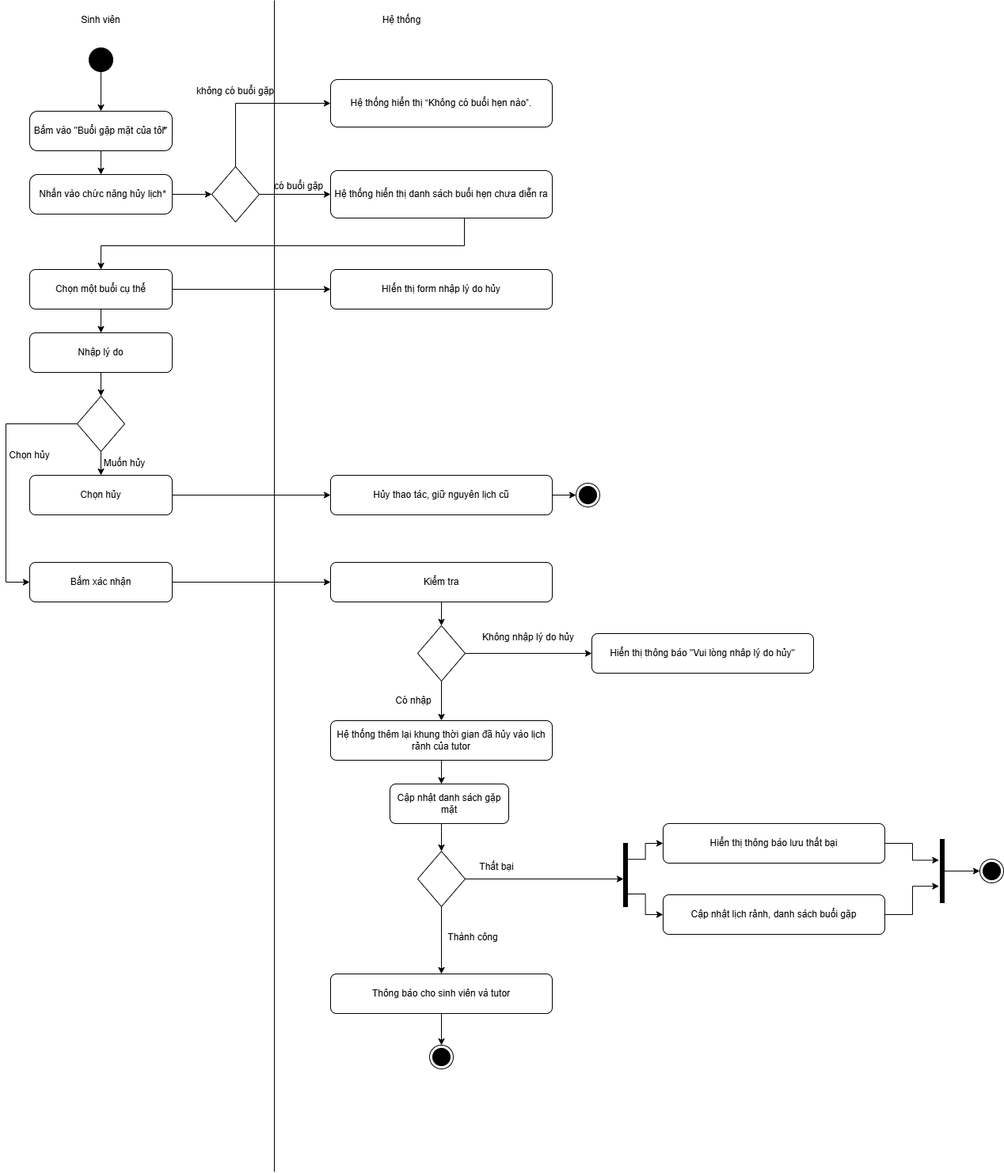
Above: Image/AC_SE-Ac Cancel Stdu.drawio.png in giakhang1704/SE_REPORT (draw.io), before the change. Source tidied: cells renumbered, new cells last; positions are measured from the earlier drawing's top-left corner, leaving out a move shared by most shapes. Its diagram source:
```xml
<mxGraphModel>
  <root>
    <mxCell id="0" />
    <mxCell id="1" parent="0" />
    <mxCell id="2" style="endArrow=none;html=1;rounded=0;" parent="1" edge="1">
      <mxGeometry relative="1" as="geometry">
        <mxPoint x="339" y="1480" as="sourcePoint" />
        <mxPoint x="339" as="targetPoint" />
      </mxGeometry>
    </mxCell>
    <mxCell id="3" value="Sinh viên" style="text;html=1;whiteSpace=wrap;strokeColor=none;fillColor=none;align=center;verticalAlign=middle;rounded=0;" parent="1" vertex="1">
      <mxGeometry x="90" y="10" width="60" height="30" as="geometry" />
    </mxCell>
    <mxCell id="4" value="Hệ thống" style="text;html=1;whiteSpace=wrap;strokeColor=none;fillColor=none;align=center;verticalAlign=middle;rounded=0;" parent="1" vertex="1">
      <mxGeometry x="470" y="10" width="60" height="30" as="geometry" />
    </mxCell>
    <mxCell id="5" style="edgeStyle=orthogonalEdgeStyle;rounded=0;jettySize=auto;html=1;entryX=0.5;entryY=0;entryDx=0;entryDy=0;" parent="1" edge="1" source="6" target="8">
      <mxGeometry relative="1" as="geometry" />
    </mxCell>
    <mxCell id="6" style="ellipse;fillColor=strokeColor;html=1;" parent="1" vertex="1">
      <mxGeometry x="105" y="60" width="30" height="30" as="geometry" />
    </mxCell>
    <mxCell id="7" style="edgeStyle=orthogonalEdgeStyle;rounded=0;jettySize=auto;html=1;entryX=0.5;entryY=0;entryDx=0;entryDy=0;" parent="1" edge="1" source="8" target="10">
      <mxGeometry relative="1" as="geometry" />
    </mxCell>
    <mxCell id="8" value="Bấm vào &quot;Buổi gặp mặt của tôi&quot;" style="html=1;dashed=0;rounded=1;absoluteArcSize=1;arcSize=20;verticalAlign=middle;align=center;whiteSpace=wrap;" parent="1" vertex="1">
      <mxGeometry x="30" y="140" width="180" height="50" as="geometry" />
    </mxCell>
    <mxCell id="9" value="*" style="text;verticalAlign=middle;align=center;html=1;" parent="8" vertex="1">
      <mxGeometry x="1" y="0.5" width="20" height="20" relative="1" as="geometry">
        <mxPoint x="-20" y="-10" as="offset" />
      </mxGeometry>
    </mxCell>
    <mxCell id="10" value="Nhấn vào chức năng hủy lịch" style="html=1;dashed=0;rounded=1;absoluteArcSize=1;arcSize=20;verticalAlign=middle;align=center;whiteSpace=wrap;" parent="1" vertex="1">
      <mxGeometry x="30" y="220" width="180" height="50" as="geometry" />
    </mxCell>
    <mxCell id="11" value="*" style="text;points=[];verticalAlign=middle;align=center;html=1;" parent="10" vertex="1">
      <mxGeometry x="1" y="0.5" width="20" height="20" relative="1" as="geometry">
        <mxPoint x="-20" y="-10" as="offset" />
      </mxGeometry>
    </mxCell>
    <mxCell id="12" style="edgeStyle=orthogonalEdgeStyle;rounded=0;jettySize=auto;html=1;entryX=0;entryY=0.5;entryDx=0;entryDy=0;exitX=0.5;exitY=0;exitDx=0;exitDy=0;" parent="1" edge="1" source="14" target="15">
      <mxGeometry relative="1" as="geometry">
        <Array as="points">
          <mxPoint x="290" y="130" />
        </Array>
      </mxGeometry>
    </mxCell>
    <mxCell id="13" style="edgeStyle=orthogonalEdgeStyle;rounded=0;jettySize=auto;html=1;entryX=0;entryY=0.5;entryDx=0;entryDy=0;" parent="1" edge="1" source="14" target="17">
      <mxGeometry relative="1" as="geometry" />
    </mxCell>
    <mxCell id="14" style="rhombus;whiteSpace=wrap;html=1;" parent="1" vertex="1">
      <mxGeometry x="260" y="210" width="60" height="70" as="geometry" />
    </mxCell>
    <mxCell id="15" value="Hệ thống hiển thị “Không có buổi hẹn nào”." style="rounded=1;whiteSpace=wrap;html=1;" parent="1" vertex="1">
      <mxGeometry x="410" y="100" width="280" height="60" as="geometry" />
    </mxCell>
    <mxCell id="16" style="edgeStyle=orthogonalEdgeStyle;rounded=0;jettySize=auto;html=1;entryX=0.5;entryY=0;entryDx=0;entryDy=0;" parent="1" edge="1" target="23">
      <mxGeometry relative="1" as="geometry">
        <mxPoint x="579" y="275" as="sourcePoint" />
        <Array as="points">
          <mxPoint x="579" y="310" />
          <mxPoint x="120" y="310" />
        </Array>
      </mxGeometry>
    </mxCell>
    <mxCell id="17" value="Hệ thống hiển thị danh sách buổi hẹn chưa diễn ra" style="rounded=1;whiteSpace=wrap;html=1;" parent="1" vertex="1">
      <mxGeometry x="410" y="215" width="280" height="60" as="geometry" />
    </mxCell>
    <mxCell id="18" style="edgeStyle=orthogonalEdgeStyle;rounded=0;jettySize=auto;html=1;entryX=0;entryY=0.5;entryDx=0;entryDy=0;" parent="1" edge="1" source="11" target="14">
      <mxGeometry relative="1" as="geometry" />
    </mxCell>
    <mxCell id="19" value="không có buổi gặp" style="text;html=1;whiteSpace=wrap;strokeColor=none;fillColor=none;align=center;verticalAlign=middle;rounded=0;" parent="1" vertex="1">
      <mxGeometry x="230" y="100" width="120" height="30" as="geometry" />
    </mxCell>
    <mxCell id="20" value="có buổi gặp" style="text;html=1;whiteSpace=wrap;strokeColor=none;fillColor=none;align=center;verticalAlign=middle;rounded=0;" parent="1" vertex="1">
      <mxGeometry x="320" y="220" width="100" height="30" as="geometry" />
    </mxCell>
    <mxCell id="21" style="edgeStyle=orthogonalEdgeStyle;rounded=0;jettySize=auto;html=1;entryX=0;entryY=0.5;entryDx=0;entryDy=0;" parent="1" edge="1" source="23" target="24">
      <mxGeometry relative="1" as="geometry" />
    </mxCell>
    <mxCell id="22" style="edgeStyle=orthogonalEdgeStyle;rounded=0;jettySize=auto;html=1;entryX=0.5;entryY=0;entryDx=0;entryDy=0;" parent="1" edge="1" source="23" target="27">
      <mxGeometry relative="1" as="geometry" />
    </mxCell>
    <mxCell id="23" value="Chọn một buổi cụ thể" style="rounded=1;whiteSpace=wrap;html=1;" parent="1" vertex="1">
      <mxGeometry x="30" y="340" width="180" height="50" as="geometry" />
    </mxCell>
    <mxCell id="24" value="HIển thị form nhập lý do hủy" style="rounded=1;whiteSpace=wrap;html=1;" parent="1" vertex="1">
      <mxGeometry x="410" y="340" width="280" height="50" as="geometry" />
    </mxCell>
    <mxCell id="25" style="edgeStyle=orthogonalEdgeStyle;rounded=0;jettySize=auto;html=1;entryX=0.5;entryY=0;entryDx=0;entryDy=0;" parent="1" edge="1" source="27" target="29">
      <mxGeometry relative="1" as="geometry" />
    </mxCell>
    <mxCell id="26" style="edgeStyle=orthogonalEdgeStyle;rounded=0;jettySize=auto;html=1;entryX=0;entryY=0.5;entryDx=0;entryDy=0;exitX=0;exitY=0.5;exitDx=0;exitDy=0;" parent="1" edge="1" source="29" target="34">
      <mxGeometry relative="1" as="geometry">
        <Array as="points">
          <mxPoint y="535" />
          <mxPoint y="735" />
        </Array>
      </mxGeometry>
    </mxCell>
    <mxCell id="27" value="Nhập lý do" style="rounded=1;whiteSpace=wrap;html=1;" parent="1" vertex="1">
      <mxGeometry x="30" y="420" width="180" height="50" as="geometry" />
    </mxCell>
    <mxCell id="28" style="edgeStyle=orthogonalEdgeStyle;rounded=0;jettySize=auto;html=1;" parent="1" edge="1" source="29" target="31">
      <mxGeometry relative="1" as="geometry" />
    </mxCell>
    <mxCell id="29" style="rhombus;whiteSpace=wrap;html=1;" parent="1" vertex="1">
      <mxGeometry x="90" y="500" width="60" height="70" as="geometry" />
    </mxCell>
    <mxCell id="30" style="edgeStyle=orthogonalEdgeStyle;rounded=0;jettySize=auto;html=1;" parent="1" edge="1" source="31" target="36">
      <mxGeometry relative="1" as="geometry" />
    </mxCell>
    <mxCell id="31" value="Chọn hủy" style="rounded=1;whiteSpace=wrap;html=1;" parent="1" vertex="1">
      <mxGeometry x="30" y="600" width="180" height="50" as="geometry" />
    </mxCell>
    <mxCell id="32" value="Muốn hủy" style="text;html=1;whiteSpace=wrap;strokeColor=none;fillColor=none;align=center;verticalAlign=middle;rounded=0;" parent="1" vertex="1">
      <mxGeometry x="120" y="570" width="60" height="30" as="geometry" />
    </mxCell>
    <mxCell id="33" style="edgeStyle=orthogonalEdgeStyle;rounded=0;jettySize=auto;html=1;" parent="1" edge="1" source="34" target="40">
      <mxGeometry relative="1" as="geometry" />
    </mxCell>
    <mxCell id="34" value="Bấm xác nhận" style="rounded=1;whiteSpace=wrap;html=1;" parent="1" vertex="1">
      <mxGeometry x="30" y="710" width="180" height="50" as="geometry" />
    </mxCell>
    <mxCell id="35" style="edgeStyle=orthogonalEdgeStyle;rounded=0;jettySize=auto;html=1;entryX=0;entryY=0.5;entryDx=0;entryDy=0;" parent="1" edge="1" source="36" target="37">
      <mxGeometry relative="1" as="geometry" />
    </mxCell>
    <mxCell id="36" value="Hủy thao tác, giữ nguyên lịch cũ" style="rounded=1;whiteSpace=wrap;html=1;" parent="1" vertex="1">
      <mxGeometry x="410" y="600" width="280" height="50" as="geometry" />
    </mxCell>
    <mxCell id="37" style="ellipse;html=1;shape=endState;fillColor=strokeColor;" parent="1" vertex="1">
      <mxGeometry x="720" y="610" width="30" height="30" as="geometry" />
    </mxCell>
    <mxCell id="38" value="Chọn hủy" style="text;html=1;whiteSpace=wrap;strokeColor=none;fillColor=none;align=center;verticalAlign=middle;rounded=0;" parent="1" vertex="1">
      <mxGeometry y="560" width="60" height="30" as="geometry" />
    </mxCell>
    <mxCell id="39" style="edgeStyle=orthogonalEdgeStyle;rounded=0;jettySize=auto;html=1;entryX=0.5;entryY=0;entryDx=0;entryDy=0;" parent="1" edge="1" source="40" target="43">
      <mxGeometry relative="1" as="geometry" />
    </mxCell>
    <mxCell id="40" value="Kiểm tra" style="rounded=1;whiteSpace=wrap;html=1;" parent="1" vertex="1">
      <mxGeometry x="410" y="710" width="280" height="50" as="geometry" />
    </mxCell>
    <mxCell id="41" style="edgeStyle=orthogonalEdgeStyle;rounded=0;jettySize=auto;html=1;entryX=0;entryY=0.5;entryDx=0;entryDy=0;" parent="1" edge="1" source="43" target="44">
      <mxGeometry relative="1" as="geometry" />
    </mxCell>
    <mxCell id="42" style="edgeStyle=orthogonalEdgeStyle;rounded=0;jettySize=auto;html=1;entryX=0.5;entryY=0;entryDx=0;entryDy=0;" parent="1" edge="1" source="43" target="66">
      <mxGeometry relative="1" as="geometry" />
    </mxCell>
    <mxCell id="43" style="rhombus;whiteSpace=wrap;html=1;" parent="1" vertex="1">
      <mxGeometry x="520" y="790" width="60" height="70" as="geometry" />
    </mxCell>
    <mxCell id="44" value="Hiển thị thông báo &quot;Vui lòng nhâp lý do hủy&quot;" style="rounded=1;whiteSpace=wrap;html=1;" parent="1" vertex="1">
      <mxGeometry x="740" y="800" width="280" height="50" as="geometry" />
    </mxCell>
    <mxCell id="45" value="Không nhập lý do hủy" style="text;html=1;whiteSpace=wrap;strokeColor=none;fillColor=none;align=center;verticalAlign=middle;rounded=0;" parent="1" vertex="1">
      <mxGeometry x="600" y="790" width="120" height="30" as="geometry" />
    </mxCell>
    <mxCell id="46" value="Có nhập" style="text;html=1;whiteSpace=wrap;strokeColor=none;fillColor=none;align=center;verticalAlign=middle;rounded=0;" parent="1" vertex="1">
      <mxGeometry x="485" y="870" width="60" height="30" as="geometry" />
    </mxCell>
    <mxCell id="47" style="edgeStyle=orthogonalEdgeStyle;rounded=0;jettySize=auto;html=1;entryX=0;entryY=0.5;entryDx=0;entryDy=0;exitX=0.65;exitY=0.252;exitDx=0;exitDy=0;exitPerimeter=0;" parent="1" edge="1" source="49" target="50">
      <mxGeometry relative="1" as="geometry" />
    </mxCell>
    <mxCell id="48" style="edgeStyle=orthogonalEdgeStyle;rounded=0;jettySize=auto;html=1;entryX=0;entryY=0.5;entryDx=0;entryDy=0;exitX=0.867;exitY=0.8;exitDx=0;exitDy=0;exitPerimeter=0;" parent="1" edge="1" source="49" target="51">
      <mxGeometry relative="1" as="geometry" />
    </mxCell>
    <mxCell id="49" style="html=1;points=[];perimeter=orthogonalPerimeter;fillColor=strokeColor;" parent="1" vertex="1">
      <mxGeometry x="780" y="1065" width="5" height="80" as="geometry" />
    </mxCell>
    <mxCell id="50" value="Hiển thị thông báo lưu thất bại" style="rounded=1;whiteSpace=wrap;html=1;" parent="1" vertex="1">
      <mxGeometry x="830" y="1040" width="280" height="50" as="geometry" />
    </mxCell>
    <mxCell id="51" value="Cập nhật lịch rảnh, danh sách buổi gặp" style="rounded=1;whiteSpace=wrap;html=1;" parent="1" vertex="1">
      <mxGeometry x="830" y="1130" width="280" height="50" as="geometry" />
    </mxCell>
    <mxCell id="52" style="edgeStyle=orthogonalEdgeStyle;rounded=0;jettySize=auto;html=1;entryX=0;entryY=0.5;entryDx=0;entryDy=0;" parent="1" edge="1" source="53" target="56">
      <mxGeometry relative="1" as="geometry" />
    </mxCell>
    <mxCell id="53" style="html=1;points=[];perimeter=orthogonalPerimeter;fillColor=strokeColor;" parent="1" vertex="1">
      <mxGeometry x="1180" y="1060" width="5" height="80" as="geometry" />
    </mxCell>
    <mxCell id="54" style="edgeStyle=orthogonalEdgeStyle;rounded=0;jettySize=auto;html=1;entryX=-0.318;entryY=0.329;entryDx=0;entryDy=0;entryPerimeter=0;" parent="1" edge="1" source="50" target="53">
      <mxGeometry relative="1" as="geometry" />
    </mxCell>
    <mxCell id="55" style="edgeStyle=orthogonalEdgeStyle;rounded=0;jettySize=auto;html=1;entryX=-0.318;entryY=0.74;entryDx=0;entryDy=0;entryPerimeter=0;" parent="1" edge="1" source="51" target="53">
      <mxGeometry relative="1" as="geometry" />
    </mxCell>
    <mxCell id="56" style="ellipse;html=1;shape=endState;fillColor=strokeColor;" parent="1" vertex="1">
      <mxGeometry x="1230" y="1085" width="30" height="30" as="geometry" />
    </mxCell>
    <mxCell id="57" style="edgeStyle=orthogonalEdgeStyle;rounded=0;jettySize=auto;html=1;entryX=0;entryY=0.563;entryDx=0;entryDy=0;entryPerimeter=0;" parent="1" edge="1" source="59" target="49">
      <mxGeometry relative="1" as="geometry" />
    </mxCell>
    <mxCell id="58" style="edgeStyle=orthogonalEdgeStyle;rounded=0;jettySize=auto;html=1;entryX=0.5;entryY=0;entryDx=0;entryDy=0;" parent="1" edge="1" source="59" target="62">
      <mxGeometry relative="1" as="geometry" />
    </mxCell>
    <mxCell id="59" style="rhombus;whiteSpace=wrap;html=1;" parent="1" vertex="1">
      <mxGeometry x="520" y="1075" width="60" height="70" as="geometry" />
    </mxCell>
    <mxCell id="60" value="Thất bại" style="text;html=1;whiteSpace=wrap;strokeColor=none;fillColor=none;align=center;verticalAlign=middle;rounded=0;" parent="1" vertex="1">
      <mxGeometry x="590" y="1080" width="60" height="30" as="geometry" />
    </mxCell>
    <mxCell id="61" style="edgeStyle=orthogonalEdgeStyle;rounded=0;jettySize=auto;html=1;entryX=0.5;entryY=0;entryDx=0;entryDy=0;" parent="1" edge="1" source="62" target="64">
      <mxGeometry relative="1" as="geometry" />
    </mxCell>
    <mxCell id="62" value="Thông báo cho sinh viên và tutor" style="rounded=1;whiteSpace=wrap;html=1;" parent="1" vertex="1">
      <mxGeometry x="410" y="1230" width="280" height="50" as="geometry" />
    </mxCell>
    <mxCell id="63" value="Thành công" style="text;html=1;whiteSpace=wrap;strokeColor=none;fillColor=none;align=center;verticalAlign=middle;rounded=0;" parent="1" vertex="1">
      <mxGeometry x="550" y="1169" width="80" height="30" as="geometry" />
    </mxCell>
    <mxCell id="64" style="ellipse;html=1;shape=endState;fillColor=strokeColor;" parent="1" vertex="1">
      <mxGeometry x="535" y="1320" width="30" height="30" as="geometry" />
    </mxCell>
    <mxCell id="65" style="edgeStyle=orthogonalEdgeStyle;rounded=0;jettySize=auto;html=1;entryX=0.5;entryY=0;entryDx=0;entryDy=0;" parent="1" edge="1" source="66">
      <mxGeometry relative="1" as="geometry">
        <mxPoint x="550" y="990" as="targetPoint" />
      </mxGeometry>
    </mxCell>
    <mxCell id="66" value="&lt;div&gt;Hệ thống thêm lại khung&amp;nbsp;&lt;span style=&quot;background-color: transparent; color: light-dark(rgb(0, 0, 0), rgb(255, 255, 255));&quot;&gt;thời gian đã hủy vào lịch rảnh của tutor&lt;/span&gt;&lt;/div&gt;" style="rounded=1;whiteSpace=wrap;html=1;" parent="1" vertex="1">
      <mxGeometry x="410" y="910" width="280" height="50" as="geometry" />
    </mxCell>
    <mxCell id="67" style="edgeStyle=orthogonalEdgeStyle;rounded=0;jettySize=auto;html=1;entryX=0.5;entryY=0;entryDx=0;entryDy=0;" parent="1" edge="1" source="68" target="59">
      <mxGeometry relative="1" as="geometry">
        <Array as="points">
          <mxPoint x="550" y="1050" />
          <mxPoint x="550" y="1050" />
        </Array>
      </mxGeometry>
    </mxCell>
    <mxCell id="68" value="Cập nhật danh sách gặp mặt" style="rounded=1;whiteSpace=wrap;html=1;" parent="1" vertex="1">
      <mxGeometry x="485" y="990" width="150" height="50" as="geometry" />
    </mxCell>
  </root>
</mxGraphModel>
```
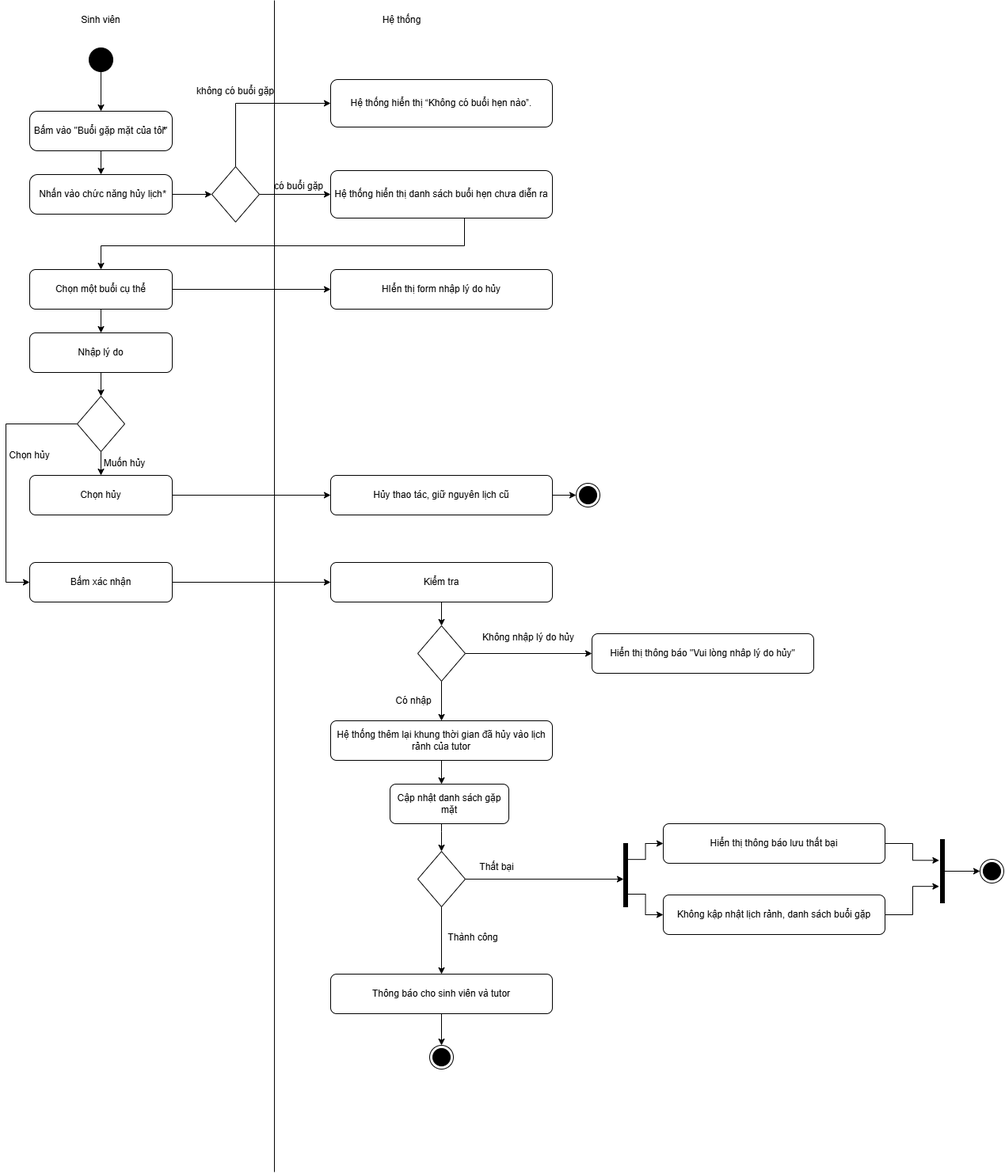
Later version of the same file.

Diff of the diagram source:
```diff
@@ -171,7 +171,7 @@
     <mxCell id="50" value="Hiển thị thông báo lưu thất bại" style="rounded=1;whiteSpace=wrap;html=1;" parent="1" vertex="1">
       <mxGeometry x="830" y="1040" width="280" height="50" as="geometry" />
     </mxCell>
-    <mxCell id="51" value="Cập nhật lịch rảnh, danh sách buổi gặp" style="rounded=1;whiteSpace=wrap;html=1;" parent="1" vertex="1">
+    <mxCell id="51" value="Không kập nhật lịch rảnh, danh sách buổi gặp" style="rounded=1;whiteSpace=wrap;html=1;" parent="1" vertex="1">
       <mxGeometry x="830" y="1130" width="280" height="50" as="geometry" />
     </mxCell>
     <mxCell id="52" style="edgeStyle=orthogonalEdgeStyle;rounded=0;jettySize=auto;html=1;entryX=0;entryY=0.5;entryDx=0;entryDy=0;" parent="1" edge="1" source="53" target="56">
```
